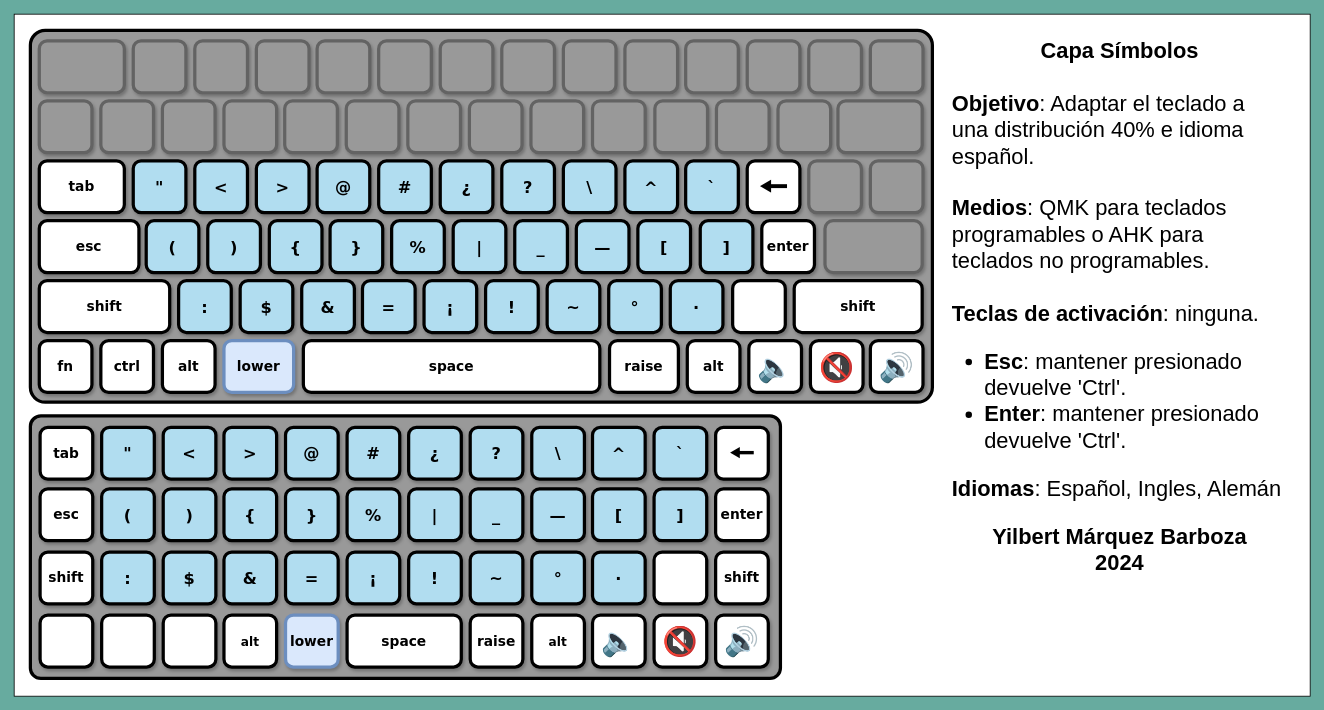
The draw.io diagram page "Capa de Símbolos Más Usados" (7 of 14) of Teclado 40% - Diagramas/Teclado personalizado.drawio in Gisalberht/AutoHotkeyV2---Scripts, before the edit. Source tidied: cells renumbered, new cells numbered last; positions are measured from the earlier drawing's top-left corner, leaving out a move shared by most shapes. Both pictures are drawn from the tidied source at 81%, with x=0, y=0 at pixel (14, 14).
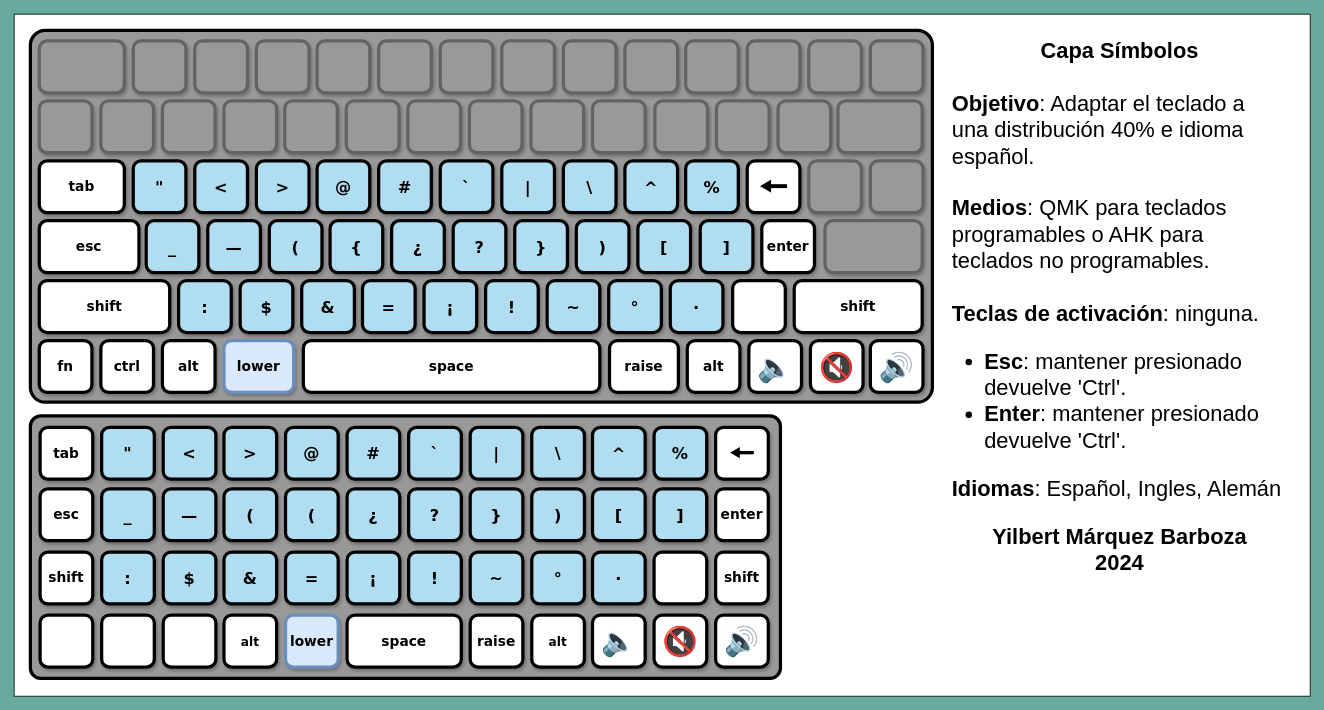
After the change.

The edit, as a diff of the source:
```diff
@@
-    <mxCell id="39" value="#" style="rounded=1;whiteSpace=wrap;html=1;strokeWidth=4;shadow=1;align=center;verticalAlign=middle;fontFamily=Verdana;fontSize=20;fontStyle=1;strokeColor=#000000;fillColor=#b1ddf0;fontColor=default;" parent="6" vertex="1">
+    <mxCell id="39" value="#" style="rounded=1;whiteSpace=wrap;html=1;strokeWidth=4;shadow=1;align=center;verticalAlign=middle;fontFamily=Verdana;fontSize=20;fontStyle=1;strokeColor=#000000;fontColor=default;fillColor=#b1ddf0;" parent="6" vertex="1">
       <mxGeometry x="450" y="181" width="65" height="64" as="geometry" />
     </mxCell>
-    <mxCell id="40" value="¿" style="rounded=1;whiteSpace=wrap;html=1;strokeWidth=4;shadow=1;align=center;verticalAlign=middle;fontFamily=Verdana;fontSize=20;fontStyle=1;strokeColor=#000000;fillColor=#b1ddf0;fontColor=default;" parent="6" vertex="1">
+    <mxCell id="40" value="`" style="rounded=1;whiteSpace=wrap;html=1;strokeWidth=4;shadow=1;align=center;verticalAlign=middle;fontFamily=Verdana;fontSize=20;fontStyle=1;strokeColor=#000000;fillColor=#b1ddf0;fontColor=default;" parent="6" vertex="1">
       <mxGeometry x="526" y="181" width="65" height="64" as="geometry" />
     </mxCell>
-    <mxCell id="41" value="?" style="rounded=1;whiteSpace=wrap;html=1;strokeWidth=4;shadow=1;align=center;verticalAlign=middle;fontFamily=Verdana;fontSize=20;fontStyle=1;strokeColor=#000000;fillColor=#b1ddf0;fontColor=default;" parent="6" vertex="1">
+    <mxCell id="41" value="|" style="rounded=1;whiteSpace=wrap;html=1;strokeWidth=4;shadow=1;align=center;verticalAlign=middle;fontFamily=Verdana;fontSize=20;fontStyle=1;strokeColor=#000000;fillColor=#b1ddf0;fontColor=default;" parent="6" vertex="1">
       <mxGeometry x="602" y="181" width="65" height="64" as="geometry" />
     </mxCell>
@@
-    <mxCell id="44" value="`" style="rounded=1;whiteSpace=wrap;html=1;strokeWidth=4;shadow=1;align=center;verticalAlign=middle;fontFamily=Verdana;fontSize=20;fontStyle=1;strokeColor=#000000;fillColor=#b1ddf0;fontColor=default;" parent="6" vertex="1">
+    <mxCell id="44" value="%" style="rounded=1;whiteSpace=wrap;html=1;strokeWidth=4;shadow=1;align=center;verticalAlign=middle;fontFamily=Verdana;fontSize=20;fontStyle=1;strokeColor=#000000;fillColor=#b1ddf0;fontColor=default;" parent="6" vertex="1">
       <mxGeometry x="829" y="181" width="65" height="64" as="geometry" />
     </mxCell>
@@
-    <mxCell id="49" value="(" style="rounded=1;whiteSpace=wrap;html=1;strokeWidth=4;shadow=1;align=center;verticalAlign=middle;fontFamily=Verdana;fontSize=20;fontStyle=1;strokeColor=#000000;fillColor=#b1ddf0;fontColor=default;" parent="6" vertex="1">
+    <mxCell id="49" value="_" style="rounded=1;whiteSpace=wrap;html=1;strokeWidth=4;shadow=1;align=center;verticalAlign=middle;fontFamily=Verdana;fontSize=20;fontStyle=1;strokeColor=#000000;fillColor=#b1ddf0;fontColor=default;" parent="6" vertex="1">
       <mxGeometry x="163" y="255" width="65" height="64" as="geometry" />
     </mxCell>
-    <mxCell id="50" value=")" style="rounded=1;whiteSpace=wrap;html=1;strokeWidth=4;shadow=1;align=center;verticalAlign=middle;fontFamily=Verdana;fontSize=20;fontStyle=1;strokeColor=#000000;fillColor=#b1ddf0;fontColor=default;" parent="6" vertex="1">
+    <mxCell id="50" value="—" style="rounded=1;whiteSpace=wrap;html=1;strokeWidth=4;shadow=1;align=center;verticalAlign=middle;fontFamily=Verdana;fontSize=20;fontStyle=1;strokeColor=#000000;fillColor=#b1ddf0;fontColor=default;" parent="6" vertex="1">
       <mxGeometry x="239" y="255" width="65" height="64" as="geometry" />
     </mxCell>
-    <mxCell id="51" value="{" style="rounded=1;whiteSpace=wrap;html=1;strokeWidth=4;shadow=1;align=center;verticalAlign=middle;fontFamily=Verdana;fontSize=20;fontStyle=1;strokeColor=#000000;fillColor=#b1ddf0;fontColor=default;" parent="6" vertex="1">
+    <mxCell id="51" value="(" style="rounded=1;whiteSpace=wrap;html=1;strokeWidth=4;shadow=1;align=center;verticalAlign=middle;fontFamily=Verdana;fontSize=20;fontStyle=1;strokeColor=#000000;fillColor=#b1ddf0;fontColor=default;" parent="6" vertex="1">
       <mxGeometry x="315" y="255" width="65" height="64" as="geometry" />
     </mxCell>
-    <mxCell id="52" value="}" style="rounded=1;whiteSpace=wrap;html=1;strokeWidth=4;shadow=1;align=center;verticalAlign=middle;fontFamily=Verdana;fontSize=20;fontStyle=1;strokeColor=#000000;fillColor=#b1ddf0;fontColor=default;" parent="6" vertex="1">
+    <mxCell id="52" value="{" style="rounded=1;whiteSpace=wrap;html=1;strokeWidth=4;shadow=1;align=center;verticalAlign=middle;fontFamily=Verdana;fontSize=20;fontStyle=1;strokeColor=#000000;fillColor=#b1ddf0;fontColor=default;" parent="6" vertex="1">
       <mxGeometry x="390" y="255" width="65" height="64" as="geometry" />
     </mxCell>
-    <mxCell id="53" value="%" style="rounded=1;whiteSpace=wrap;html=1;strokeWidth=4;shadow=1;align=center;verticalAlign=middle;fontFamily=Verdana;fontSize=20;fontStyle=1;strokeColor=#000000;fillColor=#b1ddf0;fontColor=default;" parent="6" vertex="1">
+    <mxCell id="53" value="¿" style="rounded=1;whiteSpace=wrap;html=1;strokeWidth=4;shadow=1;align=center;verticalAlign=middle;fontFamily=Verdana;fontSize=20;fontStyle=1;strokeColor=#000000;fillColor=#b1ddf0;fontColor=default;" parent="6" vertex="1">
       <mxGeometry x="466" y="255" width="65" height="64" as="geometry" />
     </mxCell>
-    <mxCell id="54" value="|" style="rounded=1;whiteSpace=wrap;html=1;strokeWidth=4;shadow=1;align=center;verticalAlign=middle;fontFamily=Verdana;fontSize=20;fontStyle=1;strokeColor=#000000;fillColor=#b1ddf0;fontColor=default;" parent="6" vertex="1">
+    <mxCell id="54" value="?" style="rounded=1;whiteSpace=wrap;html=1;strokeWidth=4;shadow=1;align=center;verticalAlign=middle;fontFamily=Verdana;fontSize=20;fontStyle=1;strokeColor=#000000;fillColor=#b1ddf0;fontColor=default;" parent="6" vertex="1">
       <mxGeometry x="542" y="255" width="65" height="64" as="geometry" />
     </mxCell>
-    <mxCell id="55" value="_" style="rounded=1;whiteSpace=wrap;html=1;strokeWidth=4;shadow=1;align=center;verticalAlign=middle;fontFamily=Verdana;fontSize=20;fontStyle=1;strokeColor=#000000;fillColor=#b1ddf0;fontColor=default;" parent="6" vertex="1">
+    <mxCell id="55" value="}" style="rounded=1;whiteSpace=wrap;html=1;strokeWidth=4;shadow=1;align=center;verticalAlign=middle;fontFamily=Verdana;fontSize=20;fontStyle=1;strokeColor=#000000;fillColor=#b1ddf0;fontColor=default;" parent="6" vertex="1">
       <mxGeometry x="618" y="255" width="65" height="64" as="geometry" />
     </mxCell>
-    <mxCell id="56" value="—" style="rounded=1;whiteSpace=wrap;html=1;strokeWidth=4;shadow=1;align=center;verticalAlign=middle;fontFamily=Verdana;fontSize=20;fontStyle=1;strokeColor=#000000;fillColor=#b1ddf0;fontColor=default;" parent="6" vertex="1">
+    <mxCell id="56" value=")" style="rounded=1;whiteSpace=wrap;html=1;strokeWidth=4;shadow=1;align=center;verticalAlign=middle;fontFamily=Verdana;fontSize=20;fontStyle=1;strokeColor=#000000;fillColor=#b1ddf0;fontColor=default;" parent="6" vertex="1">
       <mxGeometry x="694" y="255" width="65" height="64" as="geometry" />
     </mxCell>
@@
-    <mxCell id="90" value="¿" style="rounded=1;whiteSpace=wrap;html=1;strokeWidth=4;shadow=1;align=center;verticalAlign=middle;fontFamily=Verdana;fontSize=20;fontStyle=1;strokeColor=#000000;fillColor=#b1ddf0;fontColor=default;" parent="6" vertex="1">
+    <mxCell id="90" value="`" style="rounded=1;whiteSpace=wrap;html=1;strokeWidth=4;shadow=1;align=center;verticalAlign=middle;fontFamily=Verdana;fontSize=20;fontStyle=1;strokeColor=#000000;fillColor=#b1ddf0;fontColor=default;" parent="6" vertex="1">
       <mxGeometry x="487" y="510" width="65" height="64" as="geometry" />
     </mxCell>
-    <mxCell id="91" value="?" style="rounded=1;whiteSpace=wrap;html=1;strokeWidth=4;shadow=1;align=center;verticalAlign=middle;fontFamily=Verdana;fontSize=20;fontStyle=1;strokeColor=#000000;fillColor=#b1ddf0;fontColor=default;" parent="6" vertex="1">
+    <mxCell id="91" value="|" style="rounded=1;whiteSpace=wrap;html=1;strokeWidth=4;shadow=1;align=center;verticalAlign=middle;fontFamily=Verdana;fontSize=20;fontStyle=1;strokeColor=#000000;fillColor=#b1ddf0;fontColor=default;" parent="6" vertex="1">
       <mxGeometry x="563" y="510" width="65" height="64" as="geometry" />
     </mxCell>
@@
-    <mxCell id="94" value="`" style="rounded=1;whiteSpace=wrap;html=1;strokeWidth=4;shadow=1;absoluteArcSize=1;align=center;verticalAlign=middle;fontFamily=Verdana;fontSize=20;fontStyle=1;strokeColor=#000000;fillColor=#b1ddf0;fontColor=default;" parent="6" vertex="1">
+    <mxCell id="94" value="%" style="rounded=1;whiteSpace=wrap;html=1;strokeWidth=4;shadow=1;absoluteArcSize=1;align=center;verticalAlign=middle;fontFamily=Verdana;fontSize=20;fontStyle=1;strokeColor=#000000;fillColor=#b1ddf0;fontColor=default;" parent="6" vertex="1">
       <mxGeometry x="790" y="510" width="65" height="64" as="geometry" />
     </mxCell>
@@
-    <mxCell id="97" value="(" style="rounded=1;whiteSpace=wrap;html=1;strokeWidth=4;shadow=1;align=center;verticalAlign=middle;fontFamily=Verdana;fontSize=20;fontStyle=1;strokeColor=#000000;fillColor=#b1ddf0;fontColor=default;" parent="6" vertex="1">
+    <mxCell id="97" value="_" style="rounded=1;whiteSpace=wrap;html=1;strokeWidth=4;shadow=1;align=center;verticalAlign=middle;fontFamily=Verdana;fontSize=20;fontStyle=1;strokeColor=#000000;fillColor=#b1ddf0;fontColor=default;" parent="6" vertex="1">
       <mxGeometry x="108" y="586" width="65" height="64" as="geometry" />
     </mxCell>
-    <mxCell id="98" value=")" style="rounded=1;whiteSpace=wrap;html=1;strokeWidth=4;shadow=1;align=center;verticalAlign=middle;fontFamily=Verdana;fontSize=20;fontStyle=1;strokeColor=#000000;fillColor=#b1ddf0;fontColor=default;" parent="6" vertex="1">
+    <mxCell id="98" value="—" style="rounded=1;whiteSpace=wrap;html=1;strokeWidth=4;shadow=1;align=center;verticalAlign=middle;fontFamily=Verdana;fontSize=20;fontStyle=1;strokeColor=#000000;fillColor=#b1ddf0;fontColor=default;" parent="6" vertex="1">
       <mxGeometry x="184" y="586" width="65" height="64" as="geometry" />
     </mxCell>
-    <mxCell id="99" value="{" style="rounded=1;whiteSpace=wrap;html=1;strokeWidth=4;shadow=1;align=center;verticalAlign=middle;fontFamily=Verdana;fontSize=20;fontStyle=1;strokeColor=#000000;fillColor=#b1ddf0;fontColor=default;" parent="6" vertex="1">
+    <mxCell id="99" value="(" style="rounded=1;whiteSpace=wrap;html=1;strokeWidth=4;shadow=1;align=center;verticalAlign=middle;fontFamily=Verdana;fontSize=20;fontStyle=1;strokeColor=#000000;fillColor=#b1ddf0;fontColor=default;" parent="6" vertex="1">
       <mxGeometry x="259" y="586" width="65" height="64" as="geometry" />
     </mxCell>
-    <mxCell id="100" value="}" style="rounded=1;whiteSpace=wrap;html=1;strokeWidth=4;shadow=1;align=center;verticalAlign=middle;fontFamily=Verdana;fontSize=20;fontStyle=1;strokeColor=#000000;fillColor=#b1ddf0;fontColor=default;" parent="6" vertex="1">
+    <mxCell id="100" value="(" style="rounded=1;whiteSpace=wrap;html=1;strokeWidth=4;shadow=1;align=center;verticalAlign=middle;fontFamily=Verdana;fontSize=20;fontStyle=1;strokeColor=#000000;fillColor=#b1ddf0;fontColor=default;" parent="6" vertex="1">
       <mxGeometry x="335" y="586" width="65" height="64" as="geometry" />
     </mxCell>
-    <mxCell id="101" value="%" style="rounded=1;whiteSpace=wrap;html=1;strokeWidth=4;shadow=1;align=center;verticalAlign=middle;fontFamily=Verdana;fontSize=20;fontStyle=1;strokeColor=#000000;fillColor=#b1ddf0;fontColor=default;" parent="6" vertex="1">
+    <mxCell id="101" value="¿" style="rounded=1;whiteSpace=wrap;html=1;strokeWidth=4;shadow=1;align=center;verticalAlign=middle;fontFamily=Verdana;fontSize=20;fontStyle=1;strokeColor=#000000;fillColor=#b1ddf0;fontColor=default;" parent="6" vertex="1">
       <mxGeometry x="411" y="586" width="65" height="64" as="geometry" />
     </mxCell>
-    <mxCell id="102" value="|" style="rounded=1;whiteSpace=wrap;html=1;strokeWidth=4;shadow=1;align=center;verticalAlign=middle;fontFamily=Verdana;fontSize=20;fontStyle=1;strokeColor=#000000;fillColor=#b1ddf0;fontColor=default;" parent="6" vertex="1">
+    <mxCell id="102" value="?" style="rounded=1;whiteSpace=wrap;html=1;strokeWidth=4;shadow=1;align=center;verticalAlign=middle;fontFamily=Verdana;fontSize=20;fontStyle=1;strokeColor=#000000;fillColor=#b1ddf0;fontColor=default;" parent="6" vertex="1">
       <mxGeometry x="487" y="586" width="65" height="64" as="geometry" />
     </mxCell>
-    <mxCell id="103" value="_" style="rounded=1;whiteSpace=wrap;html=1;strokeWidth=4;shadow=1;align=center;verticalAlign=middle;fontFamily=Verdana;fontSize=20;fontStyle=1;strokeColor=#000000;fillColor=#b1ddf0;fontColor=default;" parent="6" vertex="1">
+    <mxCell id="103" value="}" style="rounded=1;whiteSpace=wrap;html=1;strokeWidth=4;shadow=1;align=center;verticalAlign=middle;fontFamily=Verdana;fontSize=20;fontStyle=1;strokeColor=#000000;fillColor=#b1ddf0;fontColor=default;" parent="6" vertex="1">
       <mxGeometry x="563" y="586" width="65" height="64" as="geometry" />
     </mxCell>
-    <mxCell id="104" value="—" style="rounded=1;whiteSpace=wrap;html=1;strokeWidth=4;shadow=1;align=center;verticalAlign=middle;fontFamily=Verdana;fontSize=20;fontStyle=1;strokeColor=#000000;fillColor=#b1ddf0;fontColor=default;" parent="6" vertex="1">
+    <mxCell id="104" value=")" style="rounded=1;whiteSpace=wrap;html=1;strokeWidth=4;shadow=1;align=center;verticalAlign=middle;fontFamily=Verdana;fontSize=20;fontStyle=1;strokeColor=#000000;fillColor=#b1ddf0;fontColor=default;" parent="6" vertex="1">
       <mxGeometry x="639" y="586" width="65" height="64" as="geometry" />
     </mxCell>
```
